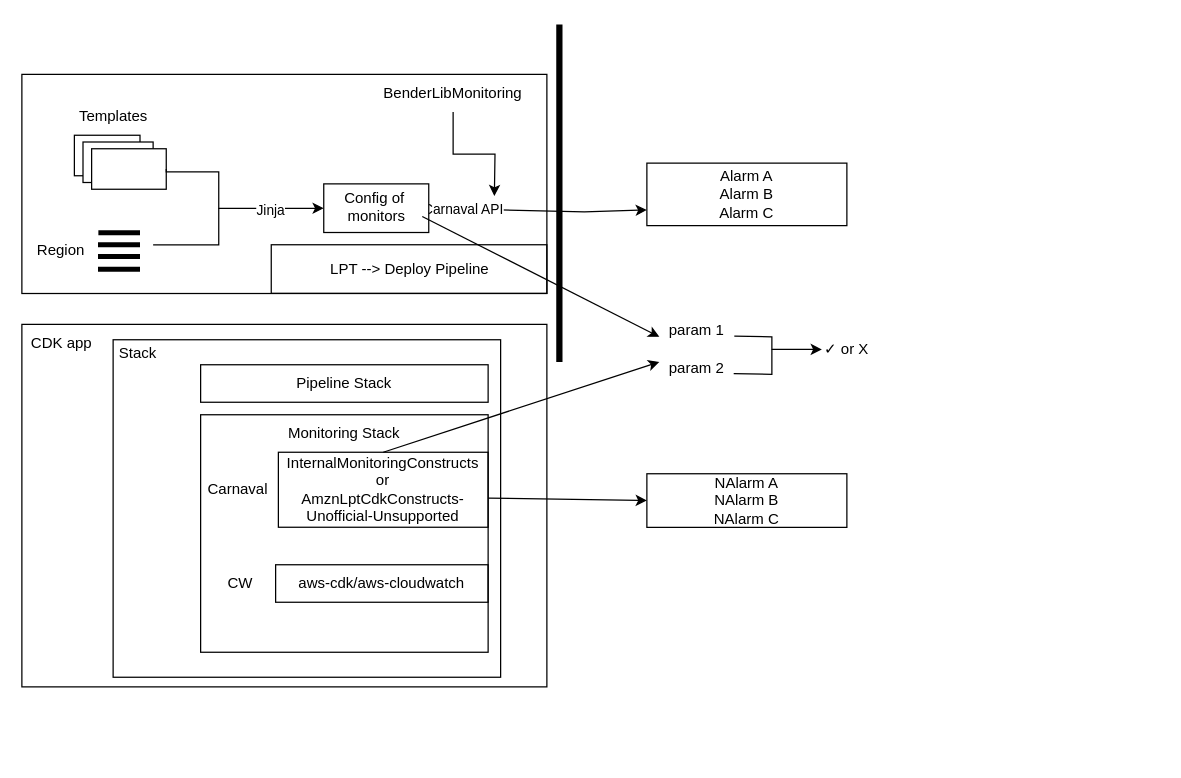
Above: page "Page-3" (3 of 4) of Untitled Diagram.drawio in AlanLoveCod1ng/temp (draw.io), before the change. Source tidied: cells renumbered, new cells numbered last; positions are measured from the earlier drawing's top-left corner, leaving out a move shared by most shapes. Both pictures are drawn from the tidied source at 125%, with x=0, y=0 at pixel (21, 24).
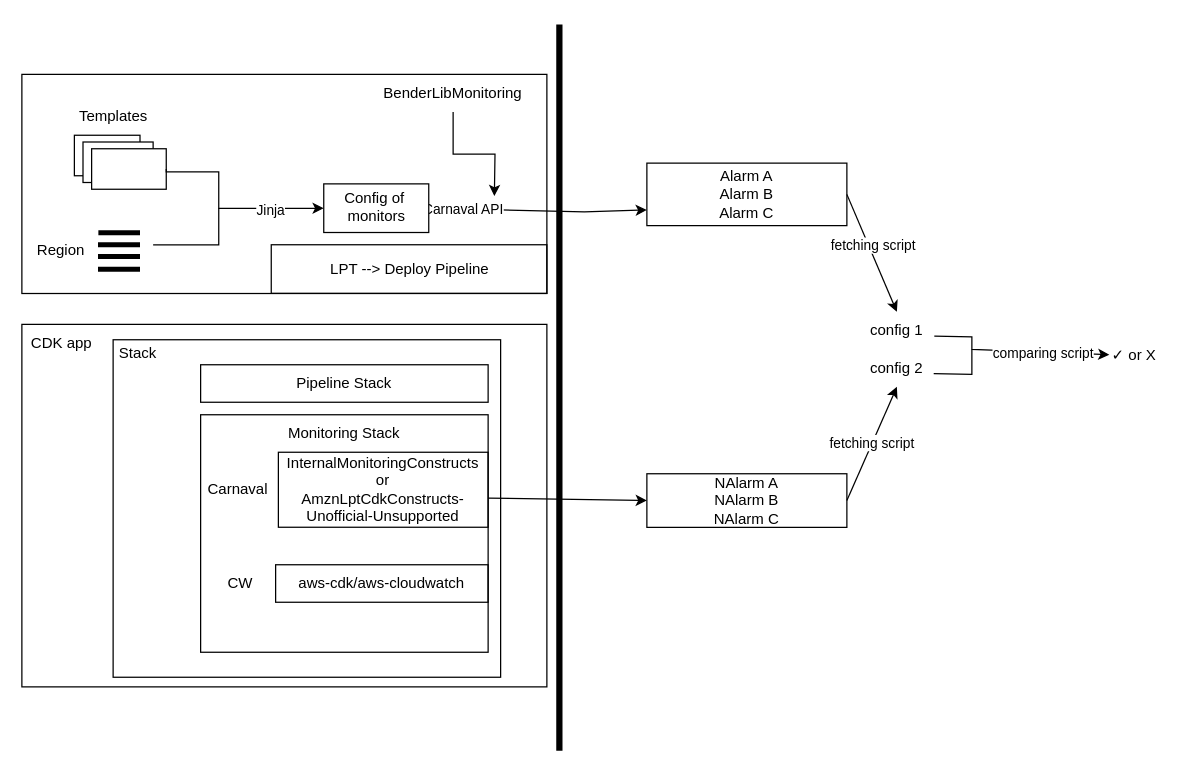
The same diagram, later.

The change refers to these unchanged cells:
```xml
<mxCell id="24" value="Config of&amp;nbsp; monitors" style="text;html=1;strokeColor=none;fillColor=none;align=center;verticalAlign=middle;whiteSpace=wrap;rounded=0;" parent="1" vertex="1">
  <mxGeometry x="246.8" y="131.8" width="73.5" height="29.2" as="geometry" />
</mxCell>
<mxCell id="25" value="Alarm A&lt;br&gt;Alarm B&lt;br&gt;Alarm C" style="rounded=0;whiteSpace=wrap;html=1;fillColor=none;" parent="1" vertex="1">
  <mxGeometry x="500" y="111" width="160" height="50" as="geometry" />
</mxCell>
<mxCell id="26" style="group;" parent="1" vertex="1">
  <mxGeometry y="240" width="660" height="290" as="geometry" />
</mxCell>
<mxCell id="35" value="InternalMonitoringConstructs or&lt;br&gt;AmznLptCdkConstructs-Unofficial-Unsupported" style="rounded=0;whiteSpace=wrap;html=1;fillColor=none;" parent="29" vertex="1">
  <mxGeometry x="142.2" y="94.7" width="167.8" height="60" as="geometry" />
</mxCell>
<mxCell id="40" value="NAlarm A&lt;br&gt;NAlarm B&lt;br&gt;NAlarm C" style="rounded=0;whiteSpace=wrap;html=1;fillColor=none;" parent="26" vertex="1">
  <mxGeometry x="500" y="119.5" width="160" height="42.9" as="geometry" />
</mxCell>
```

Diff of the diagram source:
```diff
@@
     <mxCell id="4" style="endArrow=none;html=1;rounded=0;strokeWidth=5;" parent="1" edge="1">
       <mxGeometry relative="1" as="geometry">
-        <mxPoint x="430" y="270" as="sourcePoint" />
+        <mxPoint x="430" y="581.1" as="sourcePoint" />
         <mxPoint x="430" as="targetPoint" />
       </mxGeometry>
     </mxCell>
@@
-    <mxCell id="41" value="param 2" style="text;html=1;strokeColor=none;fillColor=none;align=center;verticalAlign=middle;whiteSpace=wrap;rounded=0;" parent="26" vertex="1">
-      <mxGeometry x="510" y="20" width="60" height="30" as="geometry" />
+    <mxCell id="41" value="config 2" style="text;html=1;strokeColor=none;fillColor=none;align=center;verticalAlign=middle;whiteSpace=wrap;rounded=0;" parent="26" vertex="1">
+      <mxGeometry x="670" y="20" width="60" height="30" as="geometry" />
     </mxCell>
-    <mxCell id="42" style="endArrow=classic;html=1;rounded=0;exitX=0.5;exitY=0;exitDx=0;exitDy=0;" parent="1" edge="1" source="35">
-      <mxGeometry relative="1" as="geometry">
-        <mxPoint x="510" y="270" as="targetPoint" />
-      </mxGeometry>
+    <mxCell id="42" value="fetching script" style="endArrow=classic;html=1;rounded=0;exitX=1;exitY=0.5;exitDx=0;exitDy=0;entryX=0.5;entryY=1;entryDx=0;entryDy=0;" parent="26" edge="1" source="40" target="41">
+      <mxGeometry relative="1" as="geometry" />
     </mxCell>
-    <mxCell id="43" style="endArrow=classic;html=1;rounded=0;exitX=1;exitY=0.75;exitDx=0;exitDy=0;" parent="1" edge="1" source="24">
-      <mxGeometry relative="1" as="geometry">
-        <mxPoint x="510" y="250" as="targetPoint" />
-      </mxGeometry>
+    <mxCell id="43" style="endArrow=classic;html=1;rounded=0;exitX=1;exitY=0.5;exitDx=0;exitDy=0;entryX=0.5;entryY=0;entryDx=0;entryDy=0;" parent="1" edge="1" source="25" target="44">
+      <mxGeometry relative="1" as="geometry" />
     </mxCell>
+    <mxCell id="48" value="fetching script" style="edgeLabel;html=1;align=center;verticalAlign=middle;" parent="43" vertex="1">
+      <mxGeometry x="-0.12" y="3" relative="1" as="geometry" />
+    </mxCell>
-    <mxCell id="44" value="param 1" style="text;html=1;strokeColor=none;fillColor=none;align=center;verticalAlign=middle;whiteSpace=wrap;rounded=0;" parent="1" vertex="1">
-      <mxGeometry x="510" y="230" width="60" height="30" as="geometry" />
+    <mxCell id="44" value="config 1" style="text;html=1;strokeColor=none;fillColor=none;align=center;verticalAlign=middle;whiteSpace=wrap;rounded=0;" parent="1" vertex="1">
+      <mxGeometry x="670" y="230" width="60" height="30" as="geometry" />
     </mxCell>
     <mxCell id="45" style="endArrow=classic;html=1;rounded=0;exitX=0.999;exitY=0.645;exitDx=0;exitDy=0;exitPerimeter=0;" parent="1" edge="1" source="44" target="47">
       <mxGeometry relative="1" as="geometry">
         <Array as="points">
-          <mxPoint x="600" y="250" />
-          <mxPoint x="600" y="260" />
+          <mxPoint x="760" y="250" />
+          <mxPoint x="760" y="260" />
         </Array>
       </mxGeometry>
     </mxCell>
+    <mxCell id="49" value="comparing script" style="edgeLabel;html=1;align=center;verticalAlign=middle;" parent="45" vertex="1">
+      <mxGeometry x="0.29" relative="1" as="geometry" />
+    </mxCell>
     <mxCell id="46" style="endArrow=none;html=1;rounded=0;exitX=0.991;exitY=0.649;exitDx=0;exitDy=0;exitPerimeter=0;" parent="1" edge="1" source="41">
       <mxGeometry relative="1" as="geometry">
-        <mxPoint x="600" y="260" as="targetPoint" />
+        <mxPoint x="760" y="260" as="targetPoint" />
         <Array as="points">
-          <mxPoint x="600" y="280" />
+          <mxPoint x="760" y="280" />
         </Array>
       </mxGeometry>
     </mxCell>
     <mxCell id="47" value="✓ or X" style="text;html=1;strokeColor=none;fillColor=none;align=center;verticalAlign=middle;whiteSpace=wrap;rounded=0;" parent="1" vertex="1">
-      <mxGeometry x="640" y="245" width="40" height="30" as="geometry" />
+      <mxGeometry x="870" y="250" width="40" height="30" as="geometry" />
     </mxCell>
```
